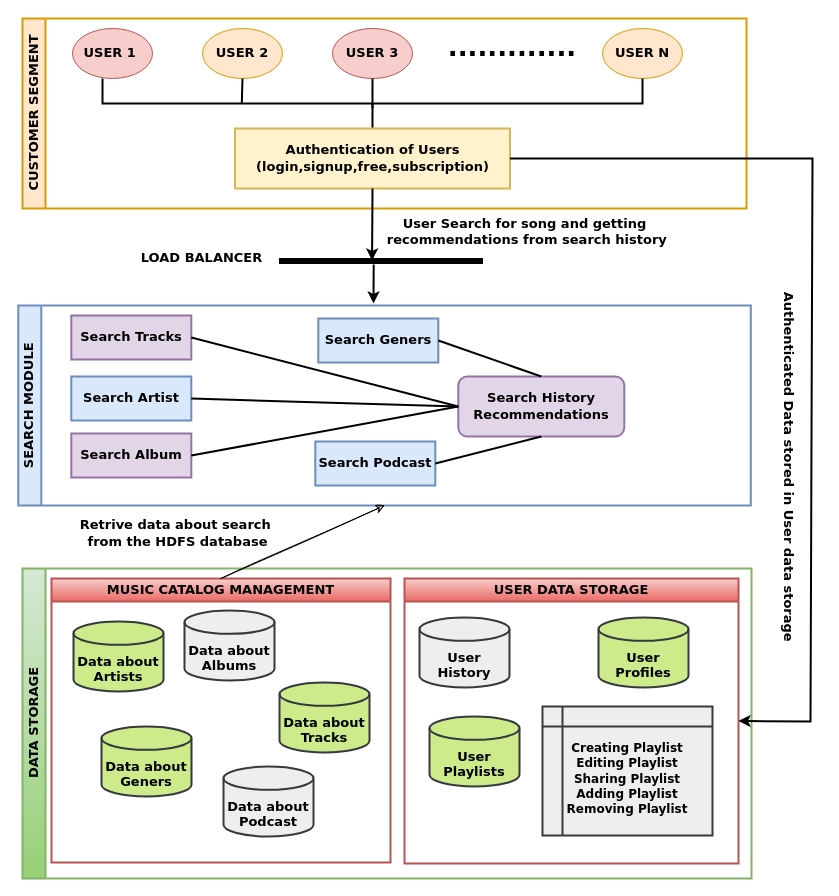
The draw.io diagram moksha_spotify.drawio in ChanumoluGayathri/System_Design, before the edit. Source tidied: cells renumbered, new cells numbered last; positions are measured from the earlier drawing's top-left corner, leaving out a move shared by most shapes. Both pictures are drawn from the tidied source at 100%, with x=0, y=0 at pixel (18, 18).
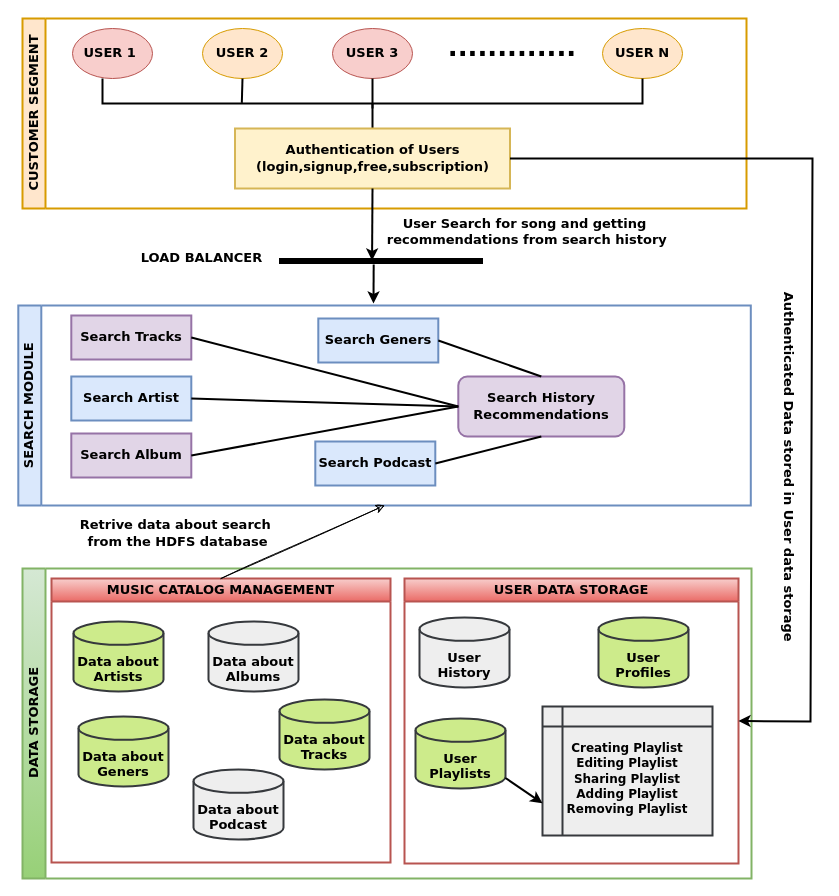
Above is the later version.

Unchanged cells that the change refers to:
```xml
<mxCell id="13" value="&lt;span style=&quot;font-family: Verdana; font-size: 13px;&quot;&gt;MUSIC CATALOG MANAGEMENT&lt;/span&gt;" style="swimlane;whiteSpace=wrap;html=1;hachureGap=4;fontFamily=Architects Daughter;strokeWidth=2;fillColor=#f8cecc;strokeColor=#b85450;gradientColor=#ea6b66;" parent="12" vertex="1">
  <mxGeometry x="29" y="10" width="339" height="284" as="geometry" />
</mxCell>
<mxCell id="19" value="&lt;span style=&quot;font-family: Verdana; font-size: 13px;&quot;&gt;USER DATA STORAGE&lt;/span&gt;" style="swimlane;whiteSpace=wrap;html=1;hachureGap=4;fontFamily=Architects Daughter;startSize=23;strokeWidth=2;fillColor=#f8cecc;strokeColor=#b85450;gradientColor=#ea6b66;" parent="12" vertex="1">
  <mxGeometry x="382" y="10" width="334" height="285" as="geometry" />
</mxCell>
<mxCell id="23" value="&lt;div&gt;&lt;font face=&quot;Verdana&quot;&gt;&lt;b&gt;&lt;br&gt;&lt;/b&gt;&lt;/font&gt;&lt;/div&gt;&lt;font face=&quot;Verdana&quot;&gt;&lt;b&gt;Creating Playlist&lt;/b&gt;&lt;/font&gt;&lt;div&gt;&lt;b style=&quot;font-family: Verdana;&quot;&gt;Editing Playlist&lt;/b&gt;&lt;font face=&quot;Verdana&quot;&gt;&lt;b&gt;&lt;br&gt;&lt;/b&gt;&lt;/font&gt;&lt;/div&gt;&lt;div&gt;&lt;b style=&quot;font-family: Verdana;&quot;&gt;Sharing Playlist&lt;/b&gt;&lt;b style=&quot;font-family: Verdana;&quot;&gt;&lt;br&gt;&lt;/b&gt;&lt;/div&gt;&lt;div&gt;&lt;b style=&quot;font-family: Verdana;&quot;&gt;Adding Playlist&lt;/b&gt;&lt;/div&gt;&lt;div&gt;&lt;font face=&quot;Verdana&quot;&gt;&lt;b&gt;Removing Playlist&lt;/b&gt;&lt;/font&gt;&lt;/div&gt;" style="shape=internalStorage;whiteSpace=wrap;html=1;backgroundOutline=1;hachureGap=4;fontFamily=Architects Daughter;strokeWidth=2;fillColor=#eeeeee;strokeColor=#36393d;" parent="19" vertex="1">
  <mxGeometry x="138" y="128" width="170" height="129" as="geometry" />
</mxCell>
```

What changed in the source:
```diff
@@
     <mxCell id="14" value="&lt;p style=&quot;line-height: 110%;&quot;&gt;&lt;font size=&quot;1&quot; face=&quot;Verdana&quot;&gt;&lt;b style=&quot;font-size: 13px;&quot;&gt;&lt;br&gt;&lt;/b&gt;&lt;/font&gt;&lt;/p&gt;&lt;p style=&quot;line-height: 110%;&quot;&gt;&lt;font size=&quot;1&quot; face=&quot;Verdana&quot;&gt;&lt;b style=&quot;font-size: 13px;&quot;&gt;Data about Podcast&lt;/b&gt;&lt;/font&gt;&lt;/p&gt;" style="strokeWidth=2;html=1;shape=mxgraph.flowchart.database;whiteSpace=wrap;hachureGap=4;fontFamily=Architects Daughter;fillColor=#eeeeee;strokeColor=#36393d;" parent="13" vertex="1">
-      <mxGeometry x="172" y="188" width="90" height="70" as="geometry" />
+      <mxGeometry x="142" y="191" width="90" height="70" as="geometry" />
     </mxCell>
     <mxCell id="15" value="&lt;p style=&quot;line-height: 110%;&quot;&gt;&lt;font size=&quot;1&quot; face=&quot;Verdana&quot;&gt;&lt;b style=&quot;font-size: 13px;&quot;&gt;&lt;br&gt;&lt;/b&gt;&lt;/font&gt;&lt;/p&gt;&lt;p style=&quot;line-height: 110%;&quot;&gt;&lt;font size=&quot;1&quot; face=&quot;Verdana&quot;&gt;&lt;b style=&quot;font-size: 13px;&quot;&gt;Data about Tracks&lt;/b&gt;&lt;/font&gt;&lt;/p&gt;" style="strokeWidth=2;html=1;shape=mxgraph.flowchart.database;whiteSpace=wrap;hachureGap=4;fontFamily=Architects Daughter;fillColor=#cdeb8b;strokeColor=#36393d;" parent="13" vertex="1">
-      <mxGeometry x="228" y="104" width="90" height="70" as="geometry" />
+      <mxGeometry x="228" y="121" width="90" height="70" as="geometry" />
     </mxCell>
     <mxCell id="16" value="&lt;p style=&quot;line-height: 110%;&quot;&gt;&lt;font size=&quot;1&quot; face=&quot;Verdana&quot;&gt;&lt;b style=&quot;font-size: 13px;&quot;&gt;&lt;br&gt;&lt;/b&gt;&lt;/font&gt;&lt;/p&gt;&lt;p style=&quot;line-height: 110%;&quot;&gt;&lt;font size=&quot;1&quot; face=&quot;Verdana&quot;&gt;&lt;b style=&quot;font-size: 13px;&quot;&gt;Data about Geners&lt;/b&gt;&lt;/font&gt;&lt;/p&gt;" style="strokeWidth=2;html=1;shape=mxgraph.flowchart.database;whiteSpace=wrap;hachureGap=4;fontFamily=Architects Daughter;fillColor=#cdeb8b;strokeColor=#36393d;" parent="13" vertex="1">
-      <mxGeometry x="50" y="148" width="90" height="70" as="geometry" />
+      <mxGeometry x="27" y="138" width="90" height="70" as="geometry" />
     </mxCell>
     <mxCell id="17" value="&lt;p style=&quot;line-height: 110%;&quot;&gt;&lt;font size=&quot;1&quot; face=&quot;Verdana&quot;&gt;&lt;b style=&quot;font-size: 13px;&quot;&gt;&lt;br&gt;&lt;/b&gt;&lt;/font&gt;&lt;/p&gt;&lt;p style=&quot;line-height: 110%;&quot;&gt;&lt;font size=&quot;1&quot; face=&quot;Verdana&quot;&gt;&lt;b style=&quot;font-size: 13px;&quot;&gt;Data about Albums&lt;/b&gt;&lt;/font&gt;&lt;/p&gt;" style="strokeWidth=2;html=1;shape=mxgraph.flowchart.database;whiteSpace=wrap;hachureGap=4;fontFamily=Architects Daughter;fillColor=#eeeeee;strokeColor=#36393d;" parent="13" vertex="1">
-      <mxGeometry x="133" y="32" width="90" height="70" as="geometry" />
+      <mxGeometry x="157" y="43" width="90" height="70" as="geometry" />
     </mxCell>
@@
     <mxCell id="22" value="&lt;p style=&quot;line-height: 110%;&quot;&gt;&lt;font size=&quot;1&quot; face=&quot;Verdana&quot;&gt;&lt;b style=&quot;font-size: 13px;&quot;&gt;&lt;br&gt;&lt;/b&gt;&lt;/font&gt;&lt;/p&gt;&lt;p style=&quot;line-height: 110%;&quot;&gt;&lt;font face=&quot;Verdana&quot;&gt;&lt;span style=&quot;font-size: 13px;&quot;&gt;&lt;b&gt;User Playlists&lt;/b&gt;&lt;/span&gt;&lt;/font&gt;&lt;/p&gt;" style="strokeWidth=2;html=1;shape=mxgraph.flowchart.database;whiteSpace=wrap;hachureGap=4;fontFamily=Architects Daughter;fillColor=#cdeb8b;strokeColor=#36393d;" parent="19" vertex="1">
-      <mxGeometry x="25" y="138" width="90" height="70" as="geometry" />
+      <mxGeometry x="11" y="140" width="90" height="70" as="geometry" />
     </mxCell>
@@
+    <mxCell id="45" style="endArrow=classic;html=1;rounded=0;hachureGap=4;fontFamily=Architects Daughter;exitX=1;exitY=0.85;exitDx=0;exitDy=0;exitPerimeter=0;entryX=0;entryY=0.75;entryDx=0;entryDy=0;strokeWidth=2;" parent="19" edge="1" source="22" target="23">
+      <mxGeometry relative="1" as="geometry" />
+    </mxCell>
```
